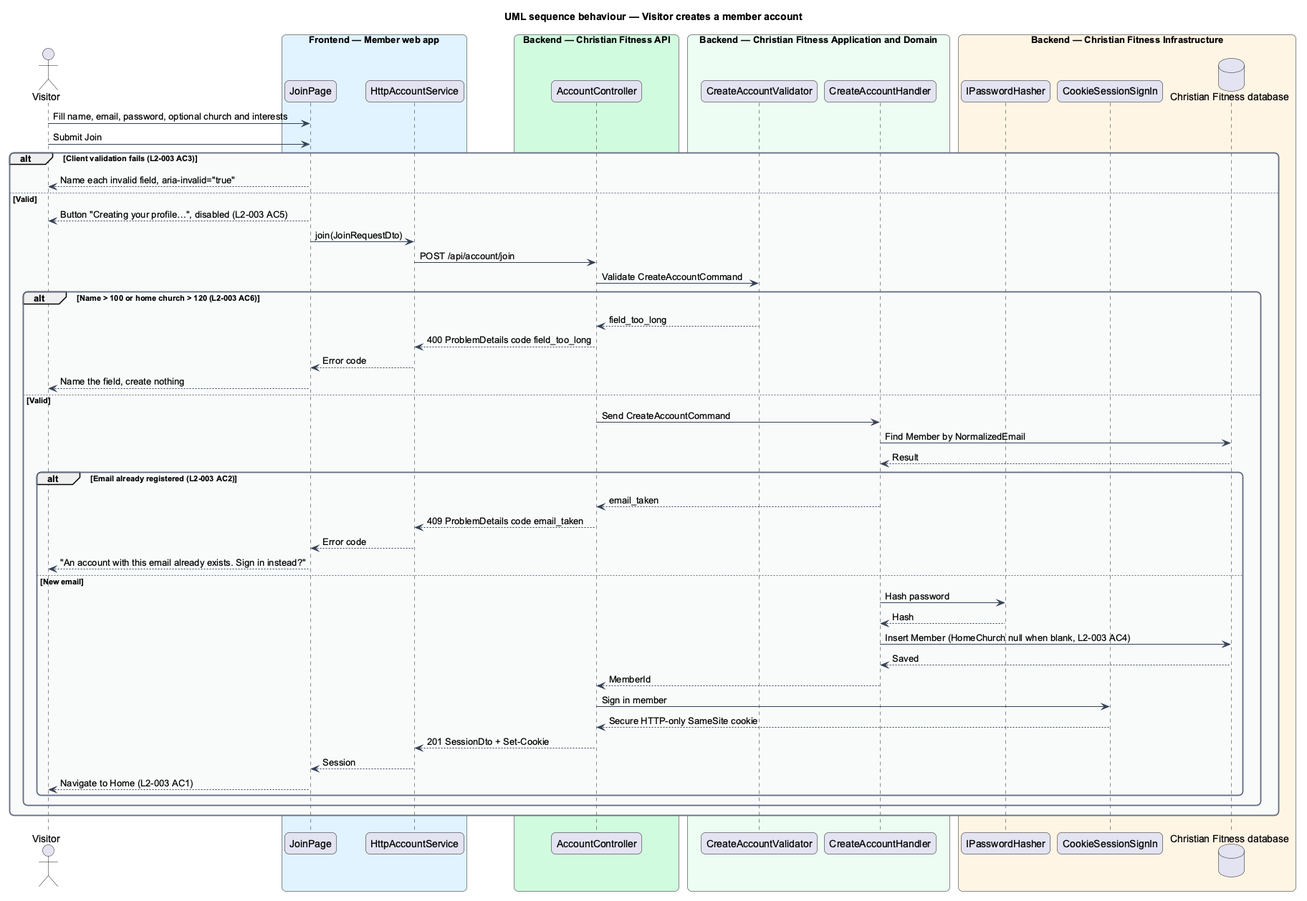
The PlantUML diagram docs/detailed-designs/member-access/create-account/diagrams/sequence-create-account.png in QuinntyneBrown/christian-fitness, before a commit.
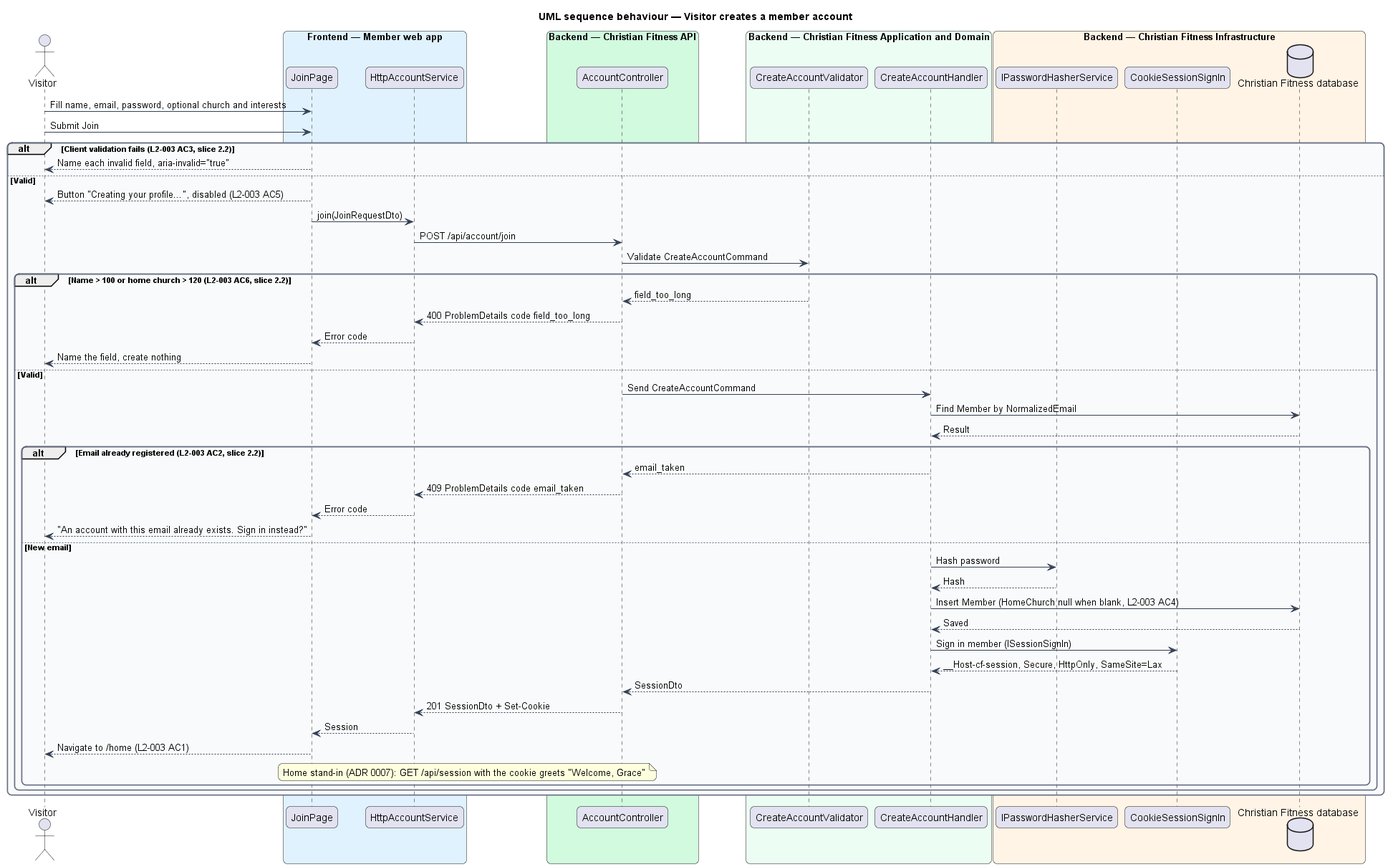
After the change.

Commit message:
Design slice 2.1: join signs the member in and lands on a Home stand-in

Diff of the diagram source:
```diff
@@ -27,20 +27,20 @@
   participant "CreateAccountHandler" as h
 end box
 box "Backend — Christian Fitness Infrastructure" #FFF4E5
-  participant "IPasswordHasher" as hash
+  participant "IPasswordHasherService" as hash
   participant "CookieSessionSignIn" as sess
   database "Christian Fitness database" as db
 end box
 actor -> page : Fill name, email, password, optional church and interests
 actor -> page : Submit Join
-alt Client validation fails (L2-003 AC3)
+alt Client validation fails (L2-003 AC3, slice 2.2)
   page --> actor : Name each invalid field, aria-invalid="true"
 else Valid
   page --> actor : Button "Creating your profile…", disabled (L2-003 AC5)
   page -> client : join(JoinRequestDto)
   client -> ctrl : POST /api/account/join
   ctrl -> v : Validate CreateAccountCommand
-  alt Name > 100 or home church > 120 (L2-003 AC6)
+  alt Name > 100 or home church > 120 (L2-003 AC6, slice 2.2)
     v --> ctrl : field_too_long
     ctrl --> client : 400 ProblemDetails code field_too_long
     client --> page : Error code
@@ -49,7 +49,7 @@
     ctrl -> h : Send CreateAccountCommand
     h -> db : Find Member by NormalizedEmail
     db --> h : Result
-    alt Email already registered (L2-003 AC2)
+    alt Email already registered (L2-003 AC2, slice 2.2)
       h --> ctrl : email_taken
       ctrl --> client : 409 ProblemDetails code email_taken
       client --> page : Error code
@@ -59,12 +59,13 @@
       hash --> h : Hash
       h -> db : Insert Member (HomeChurch null when blank, L2-003 AC4)
       db --> h : Saved
-      h --> ctrl : MemberId
-      ctrl -> sess : Sign in member
-      sess --> ctrl : Secure HTTP-only SameSite cookie
+      h -> sess : Sign in member (ISessionSignIn)
+      sess --> h : __Host-cf-session, Secure, HttpOnly, SameSite=Lax
+      h --> ctrl : SessionDto
       ctrl --> client : 201 SessionDto + Set-Cookie
       client --> page : Session
-      page --> actor : Navigate to Home (L2-003 AC1)
+      page --> actor : Navigate to /home (L2-003 AC1)
+      note over page, ctrl : Home stand-in (ADR 0007): GET /api/session with the cookie greets "Welcome, Grace"
     end
   end
 end
```
